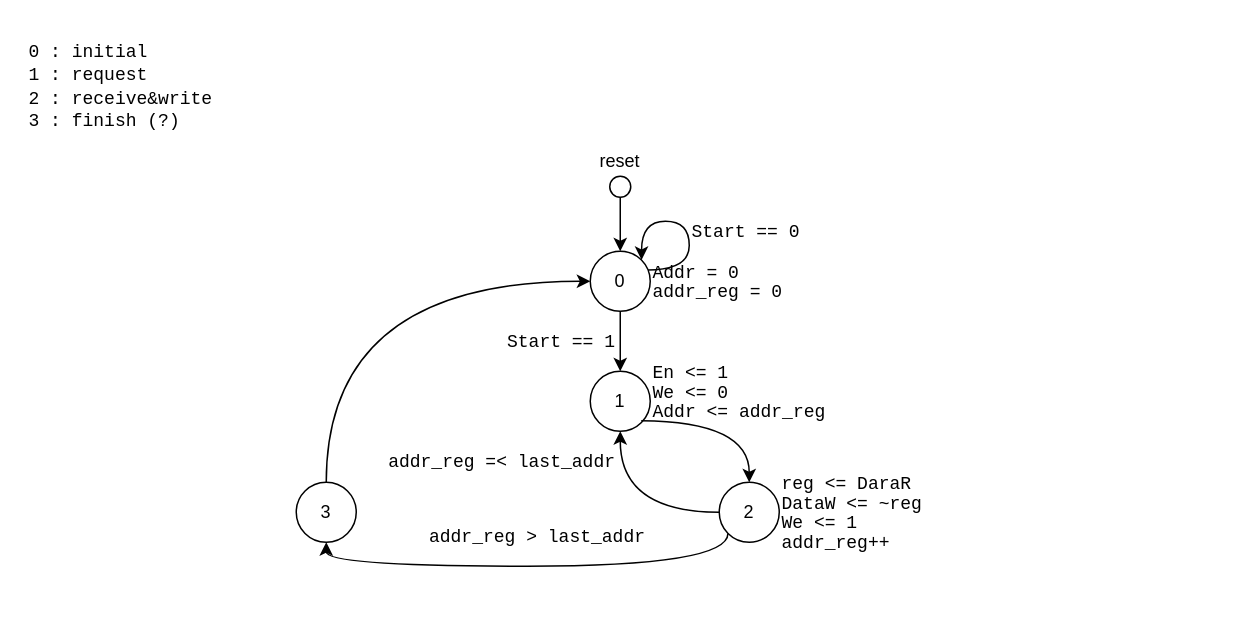
Above: page "Page-1" (2 of 2) of assignment_2/Diagrams.drawio in Thommimp/02203_Design_of_Digital_Systems (draw.io), before the change. Source tidied: cells renumbered, new cells numbered last; positions are measured from the earlier drawing's top-left corner, leaving out a move shared by most shapes. Both pictures are drawn from the tidied source at 150%, with x=0, y=0 at pixel (26, 26).
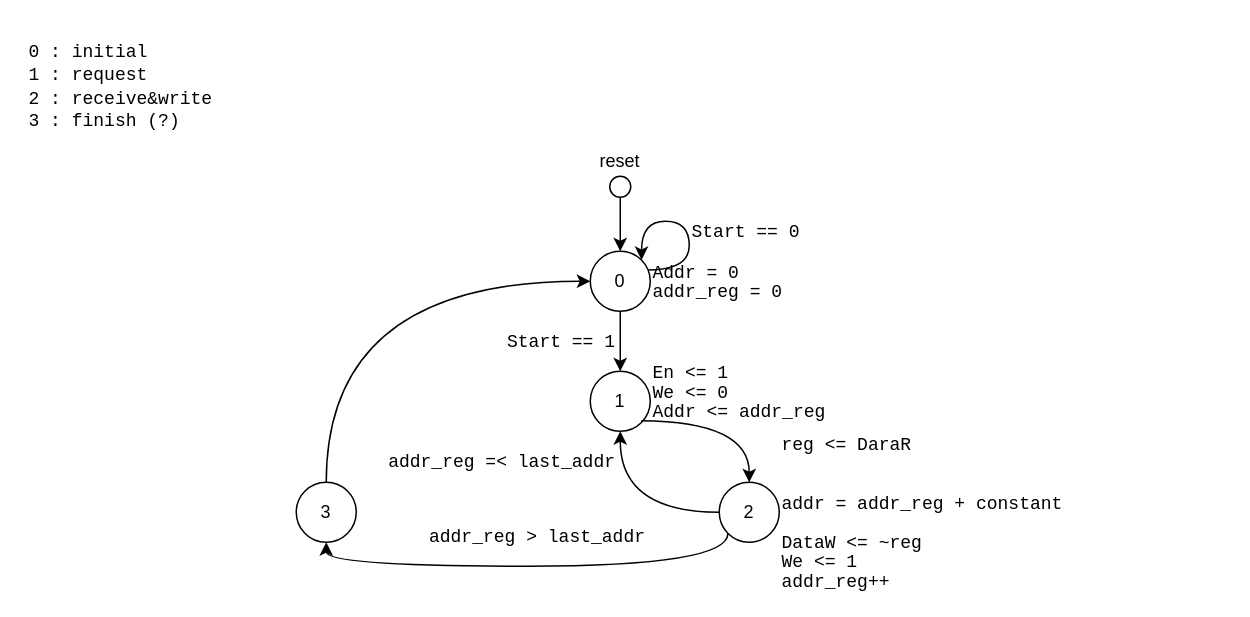
After the change.

Commit message:
Task0 ASM Diagram

Diff of the diagram source:
```diff
@@
-    <mxCell id="18" value="&lt;div style=&quot;line-height: 100%;&quot;&gt;&lt;font face=&quot;Courier New&quot;&gt;reg &amp;lt;= DaraR&lt;/font&gt;&lt;/div&gt;&lt;div style=&quot;line-height: 100%;&quot;&gt;&lt;font face=&quot;Courier New&quot;&gt;DataW &amp;lt;= ~reg&lt;/font&gt;&lt;/div&gt;&lt;div style=&quot;line-height: 100%;&quot;&gt;&lt;font face=&quot;Courier New&quot;&gt;We &amp;lt;= 1&lt;/font&gt;&lt;/div&gt;&lt;div style=&quot;line-height: 100%;&quot;&gt;&lt;font face=&quot;Courier New&quot;&gt;addr_reg++&lt;/font&gt;&lt;/div&gt;" style="text;html=1;whiteSpace=wrap;strokeColor=none;fillColor=none;align=left;verticalAlign=middle;rounded=0;" parent="1" vertex="1">
+    <mxCell id="18" value="&lt;div style=&quot;line-height: 100%;&quot;&gt;&lt;font face=&quot;Courier New&quot;&gt;reg &amp;lt;= DaraR&lt;/font&gt;&lt;/div&gt;&lt;div style=&quot;line-height: 100%;&quot;&gt;&lt;font face=&quot;Courier New&quot;&gt;&lt;br&gt;&lt;/font&gt;&lt;/div&gt;&lt;div style=&quot;line-height: 100%;&quot;&gt;&lt;font face=&quot;Courier New&quot;&gt;&lt;br&gt;&lt;/font&gt;&lt;/div&gt;&lt;div style=&quot;line-height: 100%;&quot;&gt;&lt;font face=&quot;Courier New&quot;&gt;addr = addr_reg + constant&lt;/font&gt;&lt;/div&gt;&lt;div style=&quot;line-height: 100%;&quot;&gt;&lt;font face=&quot;Courier New&quot;&gt;&lt;span style=&quot;white-space: pre;&quot;&gt;&#9;&lt;/span&gt;&lt;span style=&quot;white-space: pre;&quot;&gt;&#9;&lt;/span&gt;&lt;span style=&quot;white-space: pre;&quot;&gt;&#9;&lt;/span&gt;&lt;span style=&quot;white-space: pre;&quot;&gt;&#9;&lt;/span&gt;&lt;span style=&quot;white-space: pre;&quot;&gt;&#9;&lt;/span&gt;&amp;nbsp;&lt;br&gt;&lt;/font&gt;&lt;/div&gt;&lt;div style=&quot;line-height: 100%;&quot;&gt;&lt;font face=&quot;Courier New&quot;&gt;DataW &amp;lt;= ~reg&lt;/font&gt;&lt;/div&gt;&lt;div style=&quot;line-height: 100%;&quot;&gt;&lt;font face=&quot;Courier New&quot;&gt;We &amp;lt;= 1&lt;/font&gt;&lt;/div&gt;&lt;div style=&quot;line-height: 100%;&quot;&gt;&lt;font face=&quot;Courier New&quot;&gt;addr_reg++&lt;/font&gt;&lt;/div&gt;" style="text;html=1;whiteSpace=wrap;strokeColor=none;fillColor=none;align=left;verticalAlign=middle;rounded=0;" parent="1" vertex="1">
       <mxGeometry x="502" y="299" width="118" height="50" as="geometry" />
     </mxCell>
```
